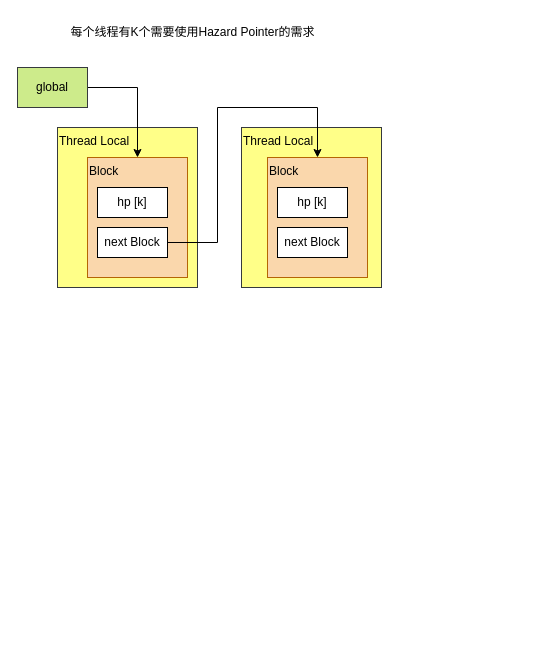
This is draw/hazardPointer.drawio from BxcGit/draw, a draw.io file, before an edit. Source tidied: cells renumbered, new cells numbered last; positions are measured from the earlier drawing's top-left corner, leaving out a move shared by most shapes. Both pictures are drawn from the tidied source at 100%, with x=0, y=0 at pixel (17, 17).
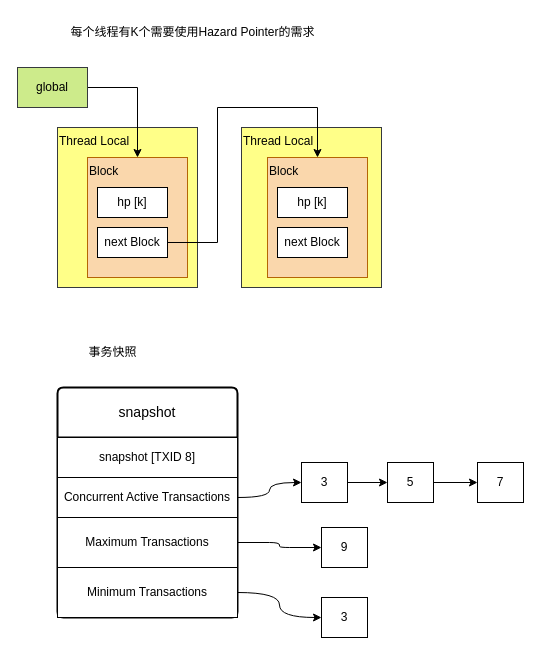
Above is the later version.

Diff of the diagram source:
```diff
@@
+    <mxCell id="14" value="事务快照" style="text;html=1;align=center;verticalAlign=middle;strokeColor=none;fillColor=none;" parent="1" vertex="1">
+      <mxGeometry x="60" y="320" width="70" height="30" as="geometry" />
+    </mxCell>
+    <mxCell id="15" value="snapshot" style="swimlane;horizontal=1;startSize=50;rounded=1;fontSize=14;fontStyle=0;strokeWidth=2;shadow=0;dashed=0;align=center;arcSize=4;whiteSpace=wrap;html=1;" parent="1" vertex="1">
+      <mxGeometry x="40" y="370" width="180" height="230" as="geometry" />
+    </mxCell>
+    <mxCell id="16" value="snapshot [TXID 8]" style="whiteSpace=wrap;html=1;align=center;" parent="15" vertex="1">
+      <mxGeometry y="50" width="180" height="40" as="geometry" />
+    </mxCell>
+    <mxCell id="17" value="Concurrent Active Transactions" style="whiteSpace=wrap;html=1;align=center;" parent="15" vertex="1">
+      <mxGeometry y="90" width="180" height="40" as="geometry" />
+    </mxCell>
+    <mxCell id="18" value="Maximum Transactions" style="whiteSpace=wrap;html=1;align=center;" parent="15" vertex="1">
+      <mxGeometry y="130" width="180" height="50" as="geometry" />
+    </mxCell>
+    <mxCell id="19" value="Minimum Transactions" style="whiteSpace=wrap;html=1;align=center;" parent="15" vertex="1">
+      <mxGeometry y="180" width="180" height="50" as="geometry" />
+    </mxCell>
+    <mxCell id="20" style="edgeStyle=orthogonalEdgeStyle;rounded=0;jettySize=auto;html=1;entryX=0;entryY=0.5;entryDx=0;entryDy=0;" parent="1" edge="1" source="21" target="23">
+      <mxGeometry relative="1" as="geometry" />
+    </mxCell>
+    <mxCell id="21" value="3" style="rounded=0;whiteSpace=wrap;html=1;" parent="1" vertex="1">
+      <mxGeometry x="284" y="445" width="46" height="40" as="geometry" />
+    </mxCell>
+    <mxCell id="22" style="edgeStyle=orthogonalEdgeStyle;rounded=0;jettySize=auto;html=1;entryX=0;entryY=0.5;entryDx=0;entryDy=0;strokeColor=default;" parent="1" edge="1" source="23" target="24">
+      <mxGeometry relative="1" as="geometry" />
+    </mxCell>
+    <mxCell id="23" value="5" style="rounded=0;whiteSpace=wrap;html=1;" parent="1" vertex="1">
+      <mxGeometry x="370" y="445" width="46" height="40" as="geometry" />
+    </mxCell>
+    <mxCell id="24" value="7" style="rounded=0;whiteSpace=wrap;html=1;" parent="1" vertex="1">
+      <mxGeometry x="460" y="445" width="46" height="40" as="geometry" />
+    </mxCell>
+    <mxCell id="25" style="edgeStyle=orthogonalEdgeStyle;jettySize=auto;html=1;exitX=1;exitY=0.5;exitDx=0;exitDy=0;entryX=0;entryY=0.5;entryDx=0;entryDy=0;curved=1;" parent="1" edge="1" source="17" target="21">
+      <mxGeometry relative="1" as="geometry" />
+    </mxCell>
+    <mxCell id="26" value="9" style="rounded=0;whiteSpace=wrap;html=1;" parent="1" vertex="1">
+      <mxGeometry x="304" y="510" width="46" height="40" as="geometry" />
+    </mxCell>
+    <mxCell id="27" value="3" style="rounded=0;whiteSpace=wrap;html=1;" parent="1" vertex="1">
+      <mxGeometry x="304" y="580" width="46" height="40" as="geometry" />
+    </mxCell>
+    <mxCell id="28" style="edgeStyle=orthogonalEdgeStyle;jettySize=auto;html=1;entryX=0;entryY=0.5;entryDx=0;entryDy=0;rounded=1;" parent="1" edge="1" source="18" target="26">
+      <mxGeometry relative="1" as="geometry" />
+    </mxCell>
+    <mxCell id="29" style="edgeStyle=orthogonalEdgeStyle;jettySize=auto;html=1;entryX=0;entryY=0.5;entryDx=0;entryDy=0;curved=1;" parent="1" edge="1" source="19" target="27">
+      <mxGeometry relative="1" as="geometry" />
+    </mxCell>
```
